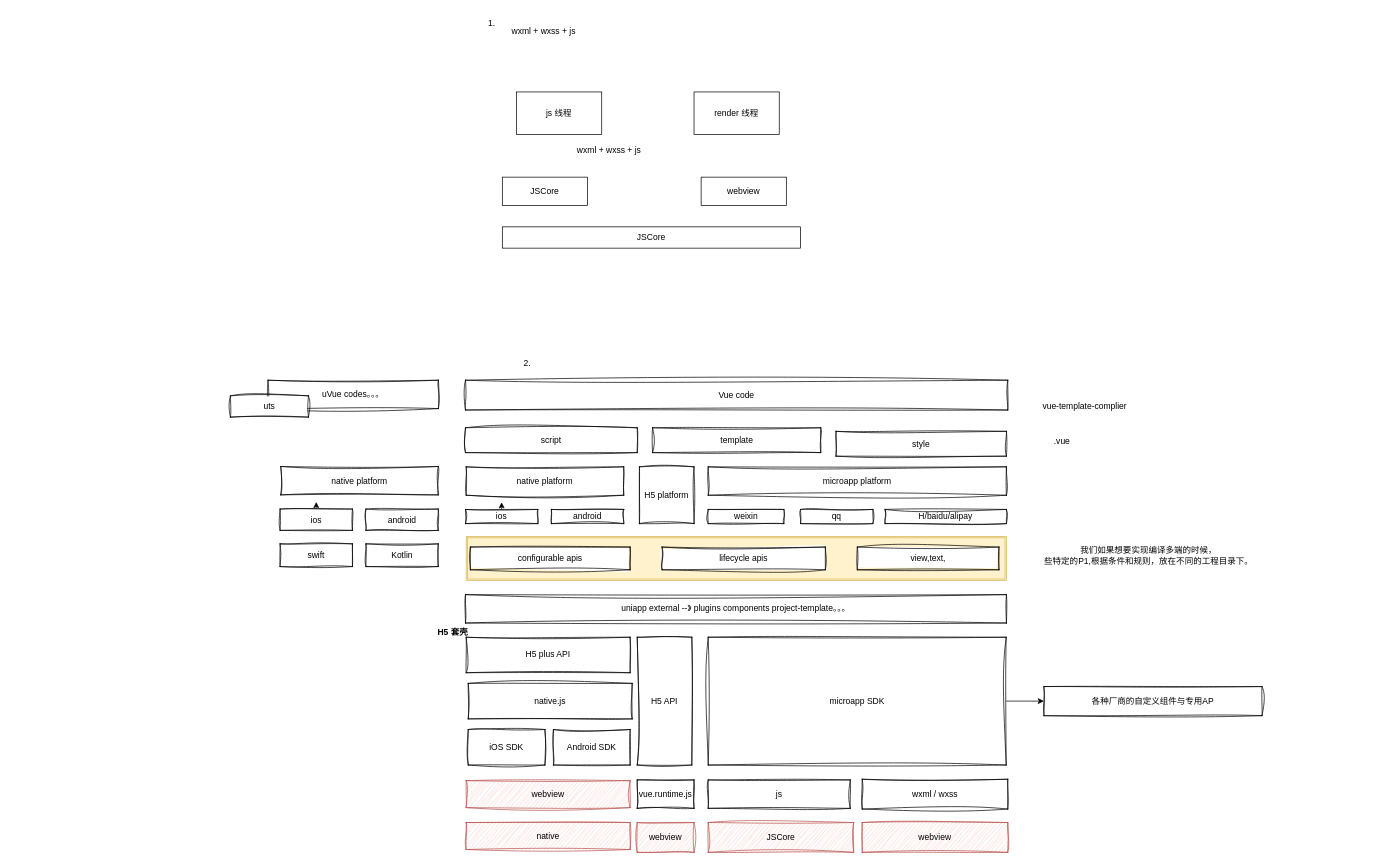
Before: page "uniapp" (20 of 23) of formal_lessons/imgs/【爪哇教育】web304.drawio in djsz3y/zhaowa-study-notes, a draw.io diagram. Source tidied: cells renumbered, new cells numbered last; positions are measured from the earlier drawing's top-left corner, leaving out a move shared by most shapes. Both pictures are drawn from the tidied source at 71%, with x=0, y=0 at pixel (230, 12).
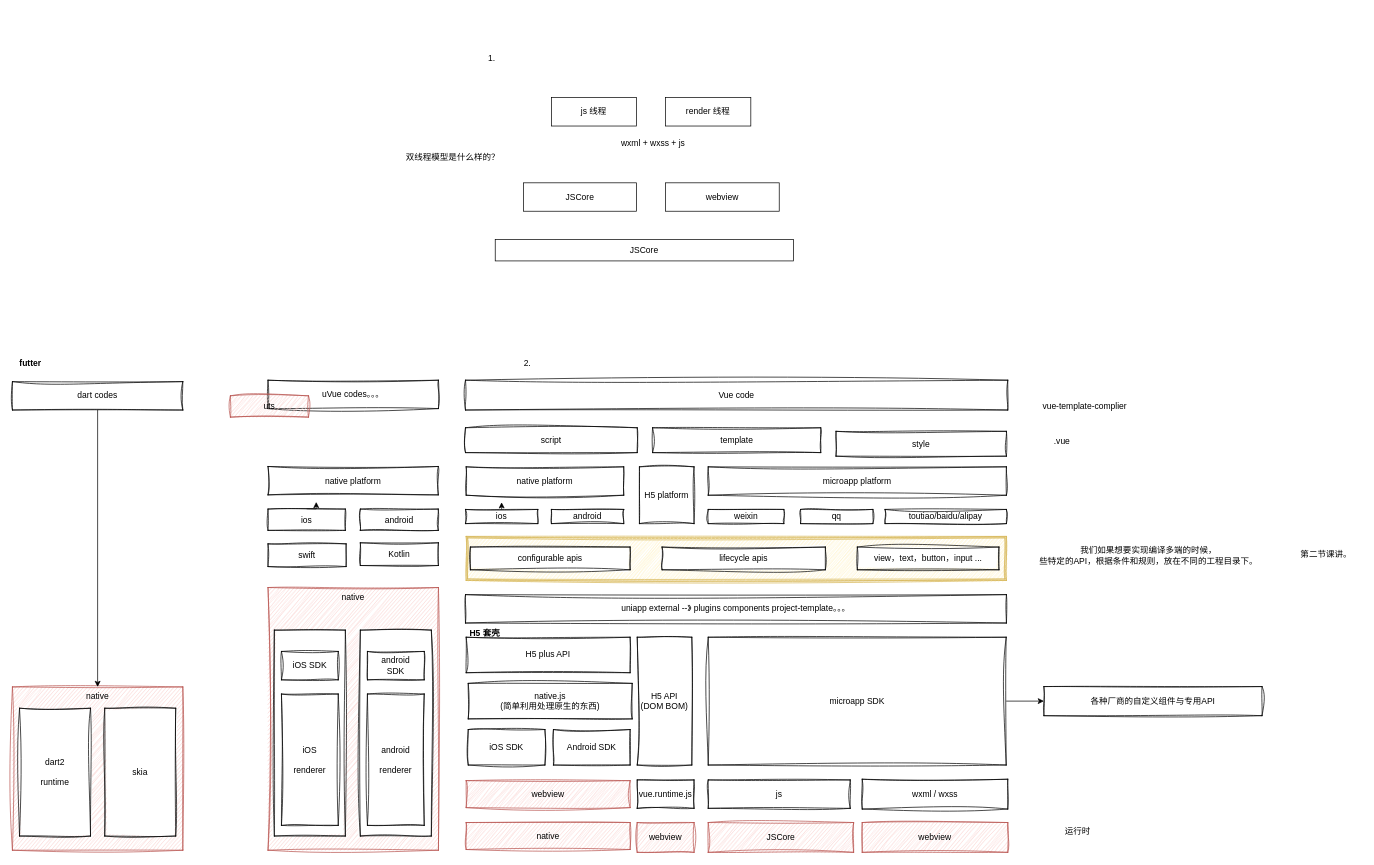
The same diagram, later.

Change to the diagram source:
```diff
@@
-    <mxCell id="2" value="js 线程" style="rounded=0;whiteSpace=wrap;html=1;" parent="1" vertex="1">
-      <mxGeometry x="403" y="112" width="120" height="60" as="geometry" />
-    </mxCell>
-    <mxCell id="3" value="render 线程" style="rounded=0;whiteSpace=wrap;html=1;" parent="1" vertex="1">
-      <mxGeometry x="653" y="112" width="120" height="60" as="geometry" />
-    </mxCell>
-    <mxCell id="4" value="wxml + wxss + js" style="text;html=1;align=center;verticalAlign=middle;strokeColor=none;fillColor=none;" parent="1" vertex="1">
-      <mxGeometry x="385.5" y="12" width="110" height="30" as="geometry" />
-    </mxCell>
-    <mxCell id="5" value="JSCore" style="rounded=0;whiteSpace=wrap;html=1;" parent="1" vertex="1">
-      <mxGeometry x="383" y="232" width="120" height="40" as="geometry" />
-    </mxCell>
-    <mxCell id="6" value="webview" style="rounded=0;whiteSpace=wrap;html=1;" parent="1" vertex="1">
-      <mxGeometry x="663" y="232" width="120" height="40" as="geometry" />
-    </mxCell>
-    <mxCell id="7" value="wxml + wxss + js" style="text;html=1;align=center;verticalAlign=middle;strokeColor=none;fillColor=none;" parent="1" vertex="1">
-      <mxGeometry x="478" y="180" width="110" height="30" as="geometry" />
-    </mxCell>
-    <mxCell id="8" value="JSCore" style="rounded=0;whiteSpace=wrap;html=1;" parent="1" vertex="1">
-      <mxGeometry x="383" y="302" width="420" height="30" as="geometry" />
-    </mxCell>
-    <mxCell id="9" value="1." style="text;html=1;align=center;verticalAlign=middle;strokeColor=none;fillColor=none;" parent="1" vertex="1">
-      <mxGeometry x="353" width="30" height="30" as="geometry" />
-    </mxCell>
@@
-    <mxCell id="29" value="H/baidu/alipay" style="rounded=0;whiteSpace=wrap;html=1;sketch=1;curveFitting=1;jiggle=2;" parent="1" vertex="1">
+    <mxCell id="29" value="toutiao/baidu/alipay" style="rounded=0;whiteSpace=wrap;html=1;sketch=1;curveFitting=1;jiggle=2;" parent="1" vertex="1">
       <mxGeometry x="922.1" y="700" width="170.9" height="20" as="geometry" />
     </mxCell>
-    <mxCell id="30" style="shape=ext;double=1;rounded=0;whiteSpace=wrap;html=1;fillColor=#fff2cc;strokeColor=#d6b656;" parent="1" vertex="1">
+    <mxCell id="30" style="shape=ext;double=1;rounded=0;whiteSpace=wrap;html=1;fillColor=#fff2cc;strokeColor=#d6b656;sketch=1;curveFitting=1;jiggle=2;" parent="1" vertex="1">
       <mxGeometry x="332.1" y="738" width="760.9" height="62" as="geometry" />
     </mxCell>
@@
-    <mxCell id="34" value="view,text," style="rounded=0;whiteSpace=wrap;html=1;sketch=1;curveFitting=1;jiggle=2;" parent="1" vertex="1">
+    <mxCell id="34" value="view，text，button，input ..." style="rounded=0;whiteSpace=wrap;html=1;sketch=1;curveFitting=1;jiggle=2;" parent="1" vertex="1">
       <mxGeometry x="883" y="753" width="199.5" height="32" as="geometry" />
     </mxCell>
-    <mxCell id="35" value="&lt;div&gt;我们如果想要实现编译多端的时候，&lt;/div&gt;&lt;div&gt;些特定的P1,根据条件和规则，放在不同的工程目录下。&lt;/div&gt;" style="text;html=1;align=center;verticalAlign=middle;strokeColor=none;fillColor=none;" parent="1" vertex="1">
-      <mxGeometry x="1133" y="745" width="320" height="40" as="geometry" />
+    <mxCell id="35" value="&lt;div&gt;我们如果想要实现编译多端的时候，&lt;/div&gt;&lt;div&gt;些特定的API，根据条件和规则，放在不同的工程目录下。&lt;/div&gt;" style="text;html=1;align=center;verticalAlign=middle;strokeColor=none;fillColor=none;" parent="1" vertex="1">
+      <mxGeometry x="1128" y="745" width="330" height="40" as="geometry" />
     </mxCell>
@@
-    <mxCell id="38" value="各种厂商的自定义组件与专用AP" style="whiteSpace=wrap;html=1;rounded=0;sketch=1;curveFitting=1;jiggle=2;" parent="1" vertex="1">
+    <mxCell id="38" value="各种厂商的自定义组件与专用API" style="whiteSpace=wrap;html=1;rounded=0;sketch=1;curveFitting=1;jiggle=2;" parent="1" vertex="1">
       <mxGeometry x="1145.8" y="949.5" width="307.2" height="41" as="geometry" />
     </mxCell>
-    <mxCell id="39" value="H5 API" style="rounded=0;whiteSpace=wrap;html=1;sketch=1;curveFitting=1;jiggle=2;" parent="1" vertex="1">
+    <mxCell id="39" value="H5 API&lt;div&gt;(DOM BOM)&lt;/div&gt;" style="rounded=0;whiteSpace=wrap;html=1;sketch=1;curveFitting=1;jiggle=2;" parent="1" vertex="1">
       <mxGeometry x="573" y="880" width="76.9" height="180" as="geometry" />
     </mxCell>
@@
-    <mxCell id="43" value="native.js" style="rounded=0;whiteSpace=wrap;html=1;sketch=1;curveFitting=1;jiggle=2;" parent="1" vertex="1">
+    <mxCell id="43" value="native.js&lt;div&gt;(简单利用处理原生的东西)&lt;/div&gt;" style="rounded=0;whiteSpace=wrap;html=1;sketch=1;curveFitting=1;jiggle=2;" parent="1" vertex="1">
       <mxGeometry x="335" y="945" width="230.9" height="50" as="geometry" />
     </mxCell>
@@
     <mxCell id="48" value="H5 套壳" style="text;html=1;align=center;verticalAlign=middle;strokeColor=none;fillColor=none;fontStyle=1;" parent="1" vertex="1">
-      <mxGeometry x="278" y="858" width="70" height="30" as="geometry" />
+      <mxGeometry x="323" y="860" width="70" height="30" as="geometry" />
     </mxCell>
@@
-    <mxCell id="50" value="uts" style="rounded=0;whiteSpace=wrap;html=1;sketch=1;curveFitting=1;jiggle=2;" parent="1" vertex="1">
+    <mxCell id="50" value="uts" style="rounded=0;whiteSpace=wrap;html=1;sketch=1;curveFitting=1;jiggle=2;fillColor=#f8cecc;strokeColor=#b85450;" parent="1" vertex="1">
       <mxGeometry y="540" width="110" height="30" as="geometry" />
     </mxCell>
     <mxCell id="51" value="native platform" style="rounded=0;whiteSpace=wrap;html=1;sketch=1;curveFitting=1;jiggle=2;" parent="1" vertex="1">
-      <mxGeometry x="70.9" y="639.5" width="221.9" height="40" as="geometry" />
+      <mxGeometry x="53" y="639.5" width="239.8" height="40" as="geometry" />
     </mxCell>
@@
     <mxCell id="53" value="ios" style="rounded=0;whiteSpace=wrap;html=1;sketch=1;curveFitting=1;jiggle=2;" parent="1" vertex="1">
-      <mxGeometry x="70" y="699.5" width="101.9" height="30" as="geometry" />
+      <mxGeometry x="53" y="699.5" width="108.9" height="30" as="geometry" />
     </mxCell>
     <mxCell id="54" value="android" style="rounded=0;whiteSpace=wrap;html=1;sketch=1;curveFitting=1;jiggle=2;" parent="1" vertex="1">
-      <mxGeometry x="190.9" y="699.5" width="101.9" height="30" as="geometry" />
+      <mxGeometry x="183" y="699.5" width="109.8" height="30" as="geometry" />
     </mxCell>
     <mxCell id="55" value="swift" style="rounded=0;whiteSpace=wrap;html=1;sketch=1;curveFitting=1;jiggle=2;" parent="1" vertex="1">
-      <mxGeometry x="70" y="748.5" width="101.9" height="32" as="geometry" />
+      <mxGeometry x="53" y="748.5" width="110" height="32" as="geometry" />
     </mxCell>
     <mxCell id="56" value="Kotlin" style="rounded=0;whiteSpace=wrap;html=1;sketch=1;curveFitting=1;jiggle=2;" parent="1" vertex="1">
-      <mxGeometry x="190.9" y="748.5" width="101.9" height="32" as="geometry" />
+      <mxGeometry x="183" y="747" width="110" height="32" as="geometry" />
     </mxCell>
+    <mxCell id="2" value="js 线程" style="rounded=0;whiteSpace=wrap;html=1;" parent="1" vertex="1">
+      <mxGeometry x="452.1" y="120" width="120" height="40" as="geometry" />
+    </mxCell>
+    <mxCell id="3" value="render 线程" style="rounded=0;whiteSpace=wrap;html=1;" parent="1" vertex="1">
+      <mxGeometry x="613" y="120" width="120" height="40" as="geometry" />
+    </mxCell>
+    <mxCell id="5" value="JSCore" style="rounded=0;whiteSpace=wrap;html=1;" parent="1" vertex="1">
+      <mxGeometry x="413" y="240" width="159.1" height="40" as="geometry" />
+    </mxCell>
+    <mxCell id="6" value="webview" style="rounded=0;whiteSpace=wrap;html=1;" parent="1" vertex="1">
+      <mxGeometry x="613" y="240" width="160" height="40" as="geometry" />
+    </mxCell>
+    <mxCell id="7" value="wxml + wxss + js" style="text;html=1;align=center;verticalAlign=middle;strokeColor=none;fillColor=none;" parent="1" vertex="1">
+      <mxGeometry x="539.9" y="170" width="110" height="30" as="geometry" />
+    </mxCell>
+    <mxCell id="8" value="JSCore" style="rounded=0;whiteSpace=wrap;html=1;" parent="1" vertex="1">
+      <mxGeometry x="373" y="320" width="420" height="30" as="geometry" />
+    </mxCell>
+    <mxCell id="9" value="1." style="text;html=1;align=center;verticalAlign=middle;strokeColor=none;fillColor=none;" parent="1" vertex="1">
+      <mxGeometry x="353" y="50" width="30" height="30" as="geometry" />
+    </mxCell>
+    <mxCell id="57" value="双线程模型是什么样的？" style="text;html=1;align=center;verticalAlign=middle;strokeColor=none;fillColor=none;" parent="1" vertex="1">
+      <mxGeometry x="233" y="190" width="160" height="30" as="geometry" />
+    </mxCell>
+    <mxCell id="58" value="第二节课讲。" style="text;html=1;align=center;verticalAlign=middle;strokeColor=none;fillColor=none;" parent="1" vertex="1">
+      <mxGeometry x="1493" y="748" width="100" height="30" as="geometry" />
+    </mxCell>
+    <mxCell id="59" value="运行时" style="text;html=1;align=center;verticalAlign=middle;strokeColor=none;fillColor=none;" parent="1" vertex="1">
+      <mxGeometry x="1163" y="1138" width="60" height="30" as="geometry" />
+    </mxCell>
+    <mxCell id="60" value="&lt;div style=&quot;&quot;&gt;&lt;span style=&quot;background-color: initial;&quot;&gt;native&lt;/span&gt;&lt;/div&gt;" style="rounded=0;whiteSpace=wrap;html=1;fillColor=#f8cecc;strokeColor=#b85450;sketch=1;curveFitting=1;jiggle=2;align=center;horizontal=1;verticalAlign=top;" parent="1" vertex="1">
+      <mxGeometry x="53" y="810" width="240" height="370" as="geometry" />
+    </mxCell>
+    <mxCell id="61" style="rounded=0;whiteSpace=wrap;html=1;sketch=1;curveFitting=1;jiggle=2;" parent="1" vertex="1">
+      <mxGeometry x="61.9" y="870" width="100" height="290" as="geometry" />
+    </mxCell>
+    <mxCell id="62" style="rounded=0;whiteSpace=wrap;html=1;sketch=1;curveFitting=1;jiggle=2;" parent="1" vertex="1">
+      <mxGeometry x="183" y="870" width="100" height="290" as="geometry" />
+    </mxCell>
+    <mxCell id="63" value="iOS SDK" style="rounded=0;whiteSpace=wrap;html=1;sketch=1;curveFitting=1;jiggle=2;" parent="1" vertex="1">
+      <mxGeometry x="71.9" y="900" width="80" height="40" as="geometry" />
+    </mxCell>
+    <mxCell id="64" value="android&lt;div&gt;SDK&lt;/div&gt;" style="rounded=0;whiteSpace=wrap;html=1;sketch=1;curveFitting=1;jiggle=2;" parent="1" vertex="1">
+      <mxGeometry x="193" y="900" width="80" height="40" as="geometry" />
+    </mxCell>
+    <mxCell id="65" value="iOS&lt;div&gt;&lt;br&gt;&lt;/div&gt;&lt;div&gt;renderer&lt;/div&gt;" style="rounded=0;whiteSpace=wrap;html=1;sketch=1;curveFitting=1;jiggle=2;" parent="1" vertex="1">
+      <mxGeometry x="71.9" y="960" width="80" height="185" as="geometry" />
+    </mxCell>
+    <mxCell id="66" value="&lt;div&gt;android&lt;/div&gt;&lt;div&gt;&lt;br&gt;&lt;/div&gt;&lt;div&gt;renderer&lt;/div&gt;" style="rounded=0;whiteSpace=wrap;html=1;sketch=1;curveFitting=1;jiggle=2;" parent="1" vertex="1">
+      <mxGeometry x="193" y="960" width="80" height="185" as="geometry" />
+    </mxCell>
+    <mxCell id="67" value="native" style="rounded=0;whiteSpace=wrap;html=1;fillColor=#f8cecc;strokeColor=#b85450;sketch=1;curveFitting=1;jiggle=2;horizontal=1;verticalAlign=top;" parent="1" vertex="1">
+      <mxGeometry x="-307" y="950" width="240" height="230" as="geometry" />
+    </mxCell>
+    <mxCell id="68" value="futter" style="text;html=1;align=center;verticalAlign=middle;strokeColor=none;fillColor=none;fontStyle=1;" parent="1" vertex="1">
+      <mxGeometry x="-307" y="480" width="50" height="30" as="geometry" />
+    </mxCell>
+    <mxCell id="69" style="edgeStyle=orthogonalEdgeStyle;rounded=0;jettySize=auto;html=1;" parent="1" edge="1" source="70" target="67">
+      <mxGeometry relative="1" as="geometry" />
+    </mxCell>
+    <mxCell id="70" value="dart codes" style="rounded=0;whiteSpace=wrap;html=1;sketch=1;curveFitting=1;jiggle=2;" parent="1" vertex="1">
+      <mxGeometry x="-307" y="520" width="240" height="40" as="geometry" />
+    </mxCell>
+    <mxCell id="71" value="skia" style="rounded=0;whiteSpace=wrap;html=1;sketch=1;curveFitting=1;jiggle=2;" parent="1" vertex="1">
+      <mxGeometry x="-177" y="980" width="100" height="180" as="geometry" />
+    </mxCell>
+    <mxCell id="72" value="dart2&lt;div&gt;&lt;br&gt;&lt;div&gt;runtime&lt;/div&gt;&lt;/div&gt;" style="rounded=0;whiteSpace=wrap;html=1;sketch=1;curveFitting=1;jiggle=2;" parent="1" vertex="1">
+      <mxGeometry x="-297" y="980" width="100" height="180" as="geometry" />
+    </mxCell>
```
